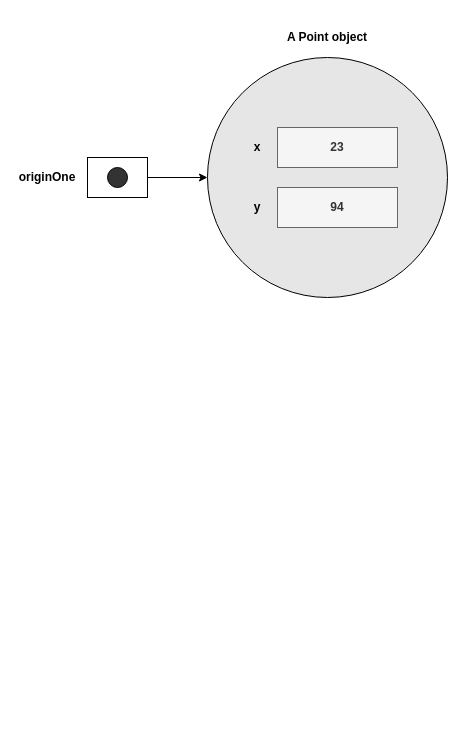
Above: page "페이지-1" (1 of 6) of images/classes_and_objects.drawio in JaeHyeok29/Oracle-The-Java-Tutorials (draw.io), before the change. Source tidied: cells renumbered, new cells numbered last; positions are measured from the earlier drawing's top-left corner, leaving out a move shared by most shapes. Both pictures are drawn from the tidied source at 100%, with x=0, y=0 at pixel (17, 17).
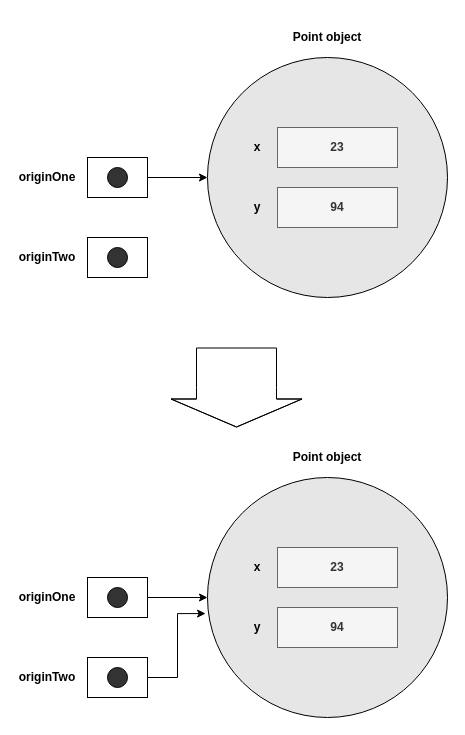
The same page after the edit.

What changed in the source:
```diff
@@
-    <mxCell id="11" value="A Point object" style="text;html=1;strokeColor=none;fillColor=none;align=center;verticalAlign=middle;whiteSpace=wrap;rounded=0;fontStyle=1;" parent="1" vertex="1">
+    <mxCell id="11" value="Point object" style="text;html=1;strokeColor=none;fillColor=none;align=center;verticalAlign=middle;whiteSpace=wrap;rounded=0;fontStyle=1;" parent="1" vertex="1">
       <mxGeometry x="210" width="200" height="40" as="geometry" />
     </mxCell>
+    <mxCell id="12" style="rounded=0;whiteSpace=wrap;html=1;fontStyle=1;" parent="1" vertex="1">
+      <mxGeometry x="70" y="220" width="60" height="40" as="geometry" />
+    </mxCell>
+    <mxCell id="13" style="ellipse;whiteSpace=wrap;html=1;fillColor=#333333;fontStyle=1;" parent="1" vertex="1">
+      <mxGeometry x="90" y="230" width="20" height="20" as="geometry" />
+    </mxCell>
+    <mxCell id="14" value="originTwo" style="text;html=1;strokeColor=none;fillColor=none;align=center;verticalAlign=middle;whiteSpace=wrap;rounded=0;fontStyle=1;" parent="1" vertex="1">
+      <mxGeometry y="225" width="60" height="30" as="geometry" />
+    </mxCell>
+    <mxCell id="15" style="ellipse;whiteSpace=wrap;html=1;fontStyle=1;fillColor=#E6E6E6;" parent="1" vertex="1">
+      <mxGeometry x="190" y="460" width="240" height="240" as="geometry" />
+    </mxCell>
+    <mxCell id="16" style="edgeStyle=orthogonalEdgeStyle;rounded=0;jettySize=auto;html=1;exitX=1;exitY=0.5;exitDx=0;exitDy=0;entryX=0;entryY=0.5;entryDx=0;entryDy=0;fontStyle=1;" parent="1" edge="1" source="17" target="15">
+      <mxGeometry relative="1" as="geometry" />
+    </mxCell>
+    <mxCell id="17" style="rounded=0;whiteSpace=wrap;html=1;fontStyle=1;" parent="1" vertex="1">
+      <mxGeometry x="70" y="560" width="60" height="40" as="geometry" />
+    </mxCell>
+    <mxCell id="18" style="ellipse;whiteSpace=wrap;html=1;fillColor=#333333;fontStyle=1;" parent="1" vertex="1">
+      <mxGeometry x="90" y="570" width="20" height="20" as="geometry" />
+    </mxCell>
+    <mxCell id="19" value="23" style="rounded=0;whiteSpace=wrap;html=1;fillColor=#f5f5f5;fontColor=#333333;strokeColor=#666666;fontStyle=1;" parent="1" vertex="1">
+      <mxGeometry x="260" y="530" width="120" height="40" as="geometry" />
+    </mxCell>
+    <mxCell id="20" value="94" style="rounded=0;whiteSpace=wrap;html=1;fillColor=#f5f5f5;fontColor=#333333;strokeColor=#666666;fontStyle=1;" parent="1" vertex="1">
+      <mxGeometry x="260" y="590" width="120" height="40" as="geometry" />
+    </mxCell>
+    <mxCell id="21" value="x" style="text;html=1;strokeColor=none;fillColor=none;align=center;verticalAlign=middle;whiteSpace=wrap;rounded=0;fontStyle=1;" parent="1" vertex="1">
+      <mxGeometry x="220" y="530" width="40" height="40" as="geometry" />
+    </mxCell>
+    <mxCell id="22" value="y" style="text;html=1;strokeColor=none;fillColor=none;align=center;verticalAlign=middle;whiteSpace=wrap;rounded=0;fontStyle=1;" parent="1" vertex="1">
+      <mxGeometry x="220" y="590" width="40" height="40" as="geometry" />
+    </mxCell>
+    <mxCell id="23" value="originOne" style="text;html=1;strokeColor=none;fillColor=none;align=center;verticalAlign=middle;whiteSpace=wrap;rounded=0;fontStyle=1;" parent="1" vertex="1">
+      <mxGeometry y="565" width="60" height="30" as="geometry" />
+    </mxCell>
+    <mxCell id="24" value="Point object" style="text;html=1;strokeColor=none;fillColor=none;align=center;verticalAlign=middle;whiteSpace=wrap;rounded=0;fontStyle=1;" parent="1" vertex="1">
+      <mxGeometry x="210" y="420" width="200" height="40" as="geometry" />
+    </mxCell>
+    <mxCell id="25" style="edgeStyle=orthogonalEdgeStyle;rounded=0;jettySize=auto;html=1;exitX=1;exitY=0.5;exitDx=0;exitDy=0;entryX=-0.008;entryY=0.567;entryDx=0;entryDy=0;entryPerimeter=0;" parent="1" edge="1" source="26" target="15">
+      <mxGeometry relative="1" as="geometry" />
+    </mxCell>
+    <mxCell id="26" style="rounded=0;whiteSpace=wrap;html=1;fontStyle=1;" parent="1" vertex="1">
+      <mxGeometry x="70" y="640" width="60" height="40" as="geometry" />
+    </mxCell>
+    <mxCell id="27" style="ellipse;whiteSpace=wrap;html=1;fillColor=#333333;fontStyle=1;" parent="1" vertex="1">
+      <mxGeometry x="90" y="650" width="20" height="20" as="geometry" />
+    </mxCell>
+    <mxCell id="28" value="originTwo" style="text;html=1;strokeColor=none;fillColor=none;align=center;verticalAlign=middle;whiteSpace=wrap;rounded=0;fontStyle=1;" parent="1" vertex="1">
+      <mxGeometry y="645" width="60" height="30" as="geometry" />
+    </mxCell>
+    <mxCell id="29" style="shape=flexArrow;endArrow=classic;html=1;rounded=0;endWidth=50;endSize=9;width=80;" parent="1" edge="1">
+      <mxGeometry relative="1" as="geometry">
+        <mxPoint x="219" y="330" as="sourcePoint" />
+        <mxPoint x="219" y="410" as="targetPoint" />
+        <Array as="points">
+          <mxPoint x="219" y="370" />
+        </Array>
+      </mxGeometry>
+    </mxCell>
```
